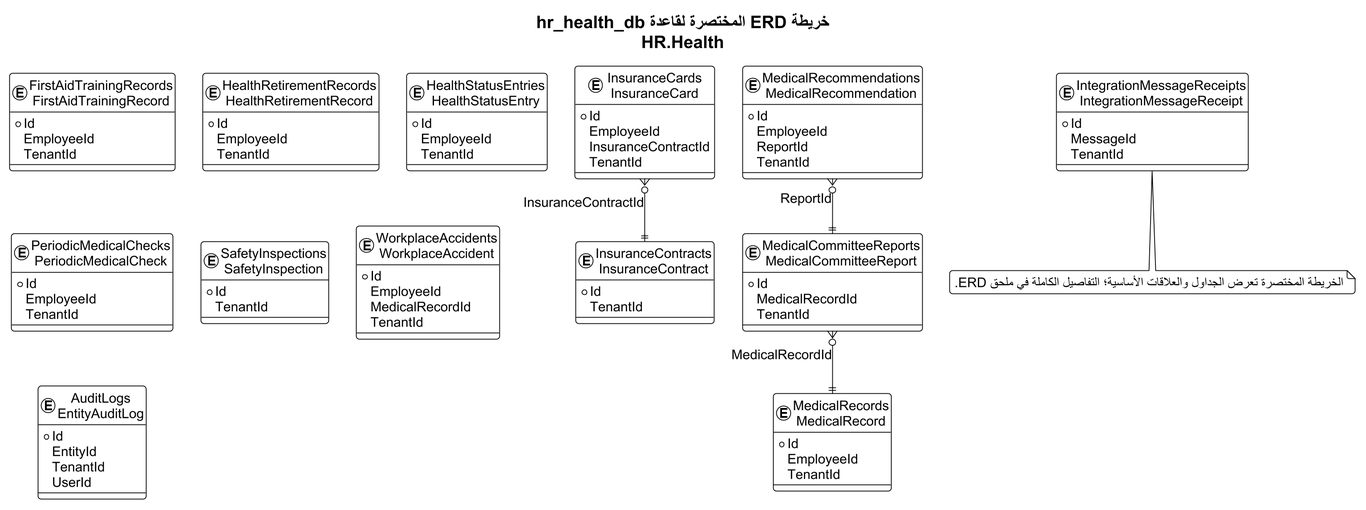
Before: docs/thesis_diagrams/database_erdds/compact_rendered/09_health_compact.png, a diagram exported from PlantUML (omardefdev/HRManagement).
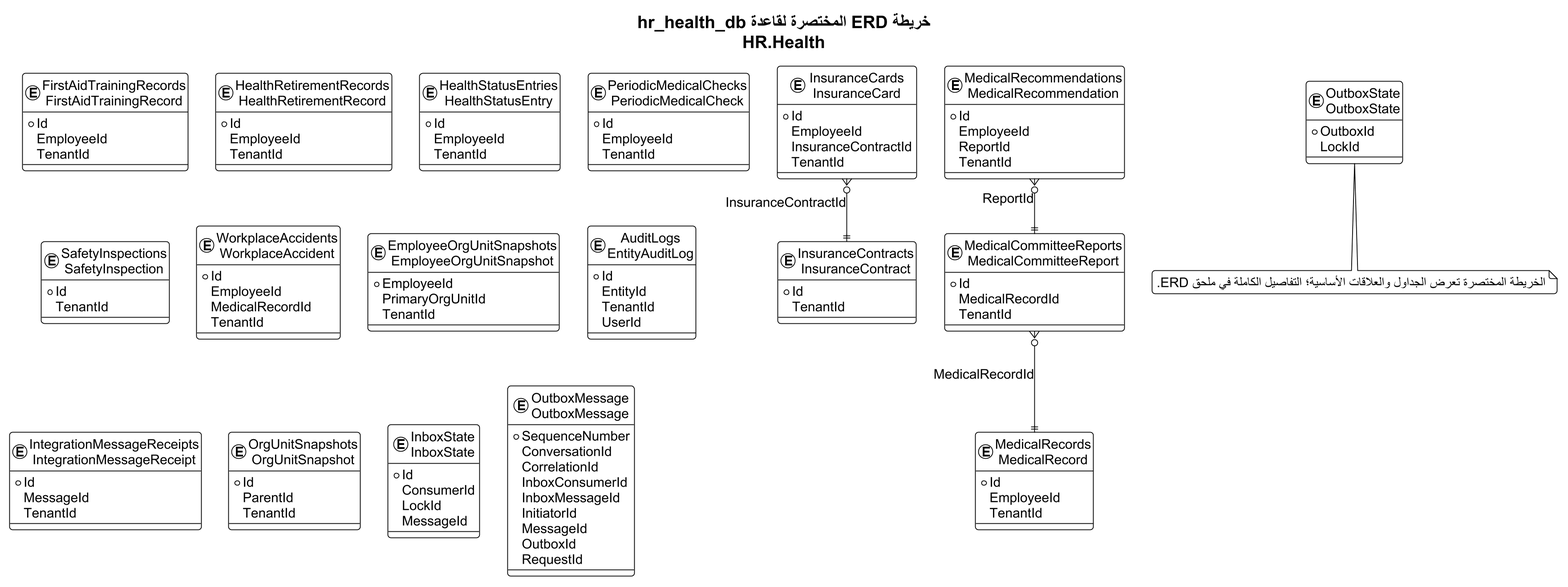
Later version of the same file.

The edit, as a diff of the source:
```diff
@@ -68,16 +68,47 @@
     MedicalRecordId
     TenantId
 }
-entity "AuditLogs\nEntityAuditLog" as T12 {
+entity "EmployeeOrgUnitSnapshots\nEmployeeOrgUnitSnapshot" as T12 {
+  * EmployeeId
+    PrimaryOrgUnitId
+    TenantId
+}
+entity "AuditLogs\nEntityAuditLog" as T13 {
   * Id
     EntityId
     TenantId
     UserId
 }
-entity "IntegrationMessageReceipts\nIntegrationMessageReceipt" as T13 {
+entity "IntegrationMessageReceipts\nIntegrationMessageReceipt" as T14 {
   * Id
     MessageId
     TenantId
+}
+entity "OrgUnitSnapshots\nOrgUnitSnapshot" as T15 {
+  * Id
+    ParentId
+    TenantId
+}
+entity "InboxState\nInboxState" as T16 {
+  * Id
+    ConsumerId
+    LockId
+    MessageId
+}
+entity "OutboxMessage\nOutboxMessage" as T17 {
+  * SequenceNumber
+    ConversationId
+    CorrelationId
+    InboxConsumerId
+    InboxMessageId
+    InitiatorId
+    MessageId
+    OutboxId
+    RequestId
+}
+entity "OutboxState\nOutboxState" as T18 {
+  * OutboxId
+    LockId
 }
 
 T04 }o--|| T05 : InsuranceContractId
```
